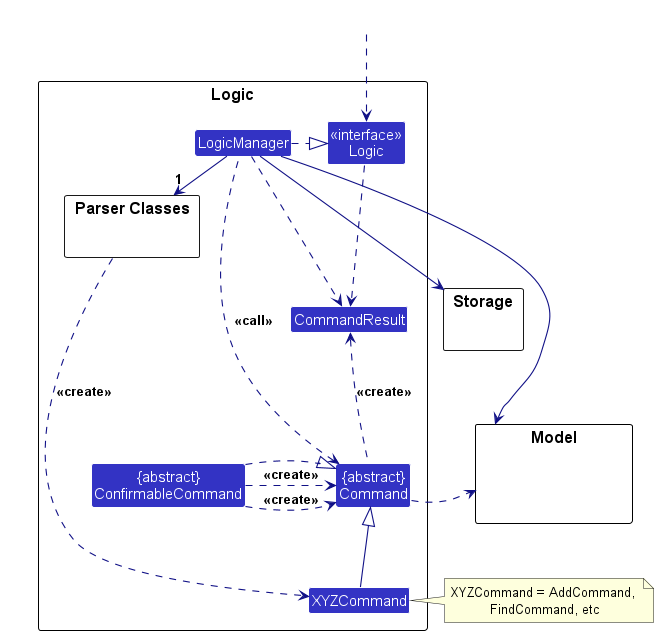
The PlantUML diagram docs/images/LogicClassDiagram.png in leeweiming3/tp, before a commit. Source of this version:
```plantuml
@startuml
!include style.puml
skinparam arrowThickness 1.1
skinparam arrowColor LOGIC_COLOR_T4
skinparam classBackgroundColor LOGIC_COLOR

package Logic as LogicPackage {

package "Parser Classes" as ParserClasses{
}
Class XYZCommand
Class CommandResult
Class "{abstract}\nCommand" as Command
Class "{abstract}\nConfirmableCommand" as ConfirmableCommand


Class "<<interface>>\nLogic" as Logic
Class LogicManager
}

package Model {
Class HiddenModel #FFFFFF
}

package Storage {
}

Class HiddenOutside #FFFFFF
HiddenOutside ..> Logic

LogicManager .right.|> Logic
LogicManager -right->"1" ParserClasses
ParserClasses ..> XYZCommand : <<create>>

XYZCommand -up-|> Command
LogicManager .left.> Command : <<call>>

LogicManager --> Model
LogicManager --> Storage
Storage --[hidden] Model
Command .[hidden]up.> Storage
Command .right.> Model
note right of XYZCommand: XYZCommand = AddCommand, \nFindCommand, etc
ConfirmableCommand .right|> Command
ConfirmableCommand ..> Command: <<create>>
ConfirmableCommand ..> Command: <<create>>
Logic ..> CommandResult
LogicManager .down.> CommandResult
Command .up.> CommandResult : <<create>>
@enduml
```
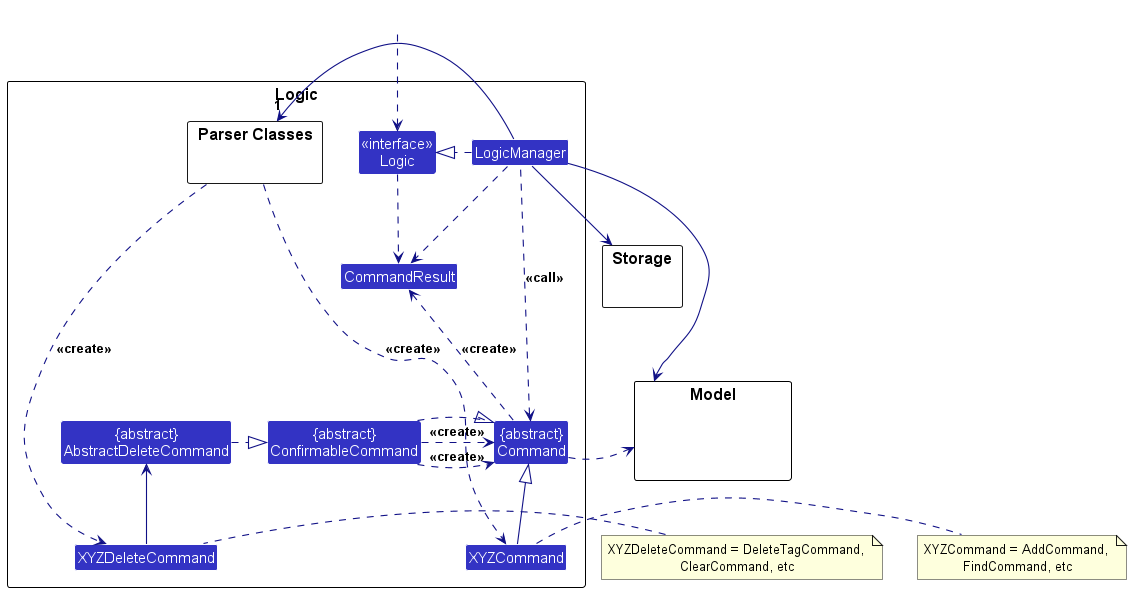
Later version of the same file.

Commit message:
Add AbstractDeleteCommand to UML

Diff of the diagram source:
```diff
@@ -12,7 +12,8 @@
 Class CommandResult
 Class "{abstract}\nCommand" as Command
 Class "{abstract}\nConfirmableCommand" as ConfirmableCommand
-
+Class "{abstract}\nAbstractDeleteCommand" as ADCommand
+Class XYZDeleteCommand
 
 Class "<<interface>>\nLogic" as Logic
 Class LogicManager
@@ -29,8 +30,9 @@
 HiddenOutside ..> Logic
 
 LogicManager .right.|> Logic
-LogicManager -right->"1" ParserClasses
+LogicManager -left->"1" ParserClasses
 ParserClasses ..> XYZCommand : <<create>>
+ParserClasses ..>XYZDeleteCommand : <<create>>
 
 XYZCommand -up-|> Command
 LogicManager .left.> Command : <<call>>
@@ -44,6 +46,9 @@
 ConfirmableCommand .right|> Command
 ConfirmableCommand ..> Command: <<create>>
 ConfirmableCommand ..> Command: <<create>>
+ADCommand .down|> ConfirmableCommand
+XYZDeleteCommand -up->ADCommand
+note left of XYZDeleteCommand: XYZDeleteCommand = DeleteTagCommand, \nClearCommand, etc
 Logic ..> CommandResult
 LogicManager .down.> CommandResult
 Command .up.> CommandResult : <<create>>
```
